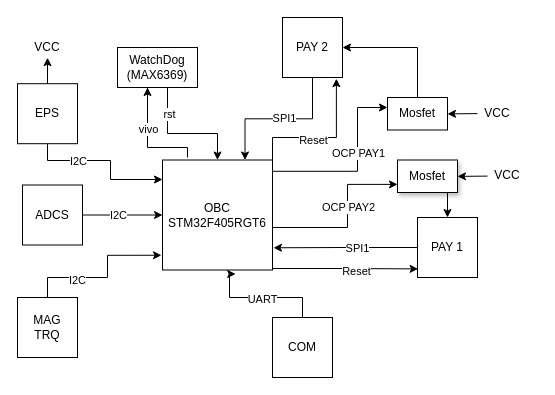
The draw.io diagram OBC/Untitled Diagram.drawio in Lucas-el-pato/IIS_CubeSat_2026, before the edit. Source tidied: cells renumbered, new cells numbered last; positions are measured from the earlier drawing's top-left corner, leaving out a move shared by most shapes. Both pictures are drawn from the tidied source at 100%, with x=0, y=0 at pixel (17, 17).
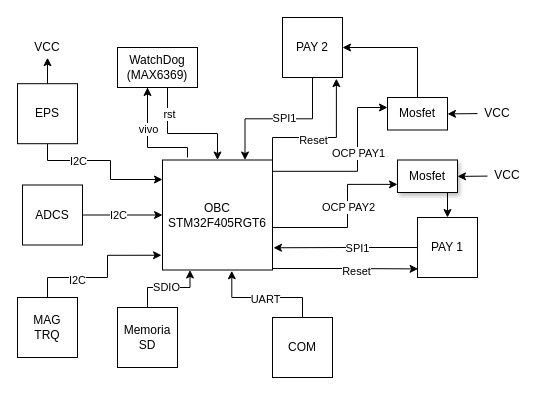
The same diagram, later.

The change refers to these unchanged cells:
```xml
<mxCell id="6" value="OBC&lt;div&gt;STM32F405RGT6&lt;/div&gt;" style="whiteSpace=wrap;html=1;fillColor=light-dark(#FFFFFF,#6600CC);" parent="1" vertex="1">
  <mxGeometry x="145" y="142.5" width="110" height="110" as="geometry" />
</mxCell>
<mxCell id="11" value="COM" style="whiteSpace=wrap;html=1;fillColor=light-dark(#FFFFFF,#FF0000);" parent="1" vertex="1">
  <mxGeometry x="255" y="300" width="60" height="60" as="geometry" />
</mxCell>
```

Diff of the diagram source:
```diff
@@
-    <mxCell id="19" style="edgeStyle=orthogonalEdgeStyle;rounded=0;jettySize=auto;html=1;exitX=0.5;exitY=0;exitDx=0;exitDy=0;entryX=0.665;entryY=1.036;entryDx=0;entryDy=0;entryPerimeter=0;" parent="1" edge="1" source="11" target="6">
+    <mxCell id="19" style="edgeStyle=orthogonalEdgeStyle;rounded=0;jettySize=auto;html=1;exitX=0.5;exitY=0;exitDx=0;exitDy=0;entryX=0.63;entryY=1.007;entryDx=0;entryDy=0;entryPerimeter=0;" parent="1" edge="1" source="11" target="6">
       <mxGeometry relative="1" as="geometry">
         <Array as="points">
           <mxPoint x="285" y="280" />
-          <mxPoint x="212" y="280" />
+          <mxPoint x="214" y="280" />
         </Array>
       </mxGeometry>
     </mxCell>
@@
+    <mxCell id="45" style="edgeStyle=orthogonalEdgeStyle;rounded=0;jettySize=auto;html=1;exitX=0.5;exitY=0;exitDx=0;exitDy=0;entryX=0.25;entryY=1;entryDx=0;entryDy=0;" parent="1" edge="1" source="47" target="6">
+      <mxGeometry relative="1" as="geometry" />
+    </mxCell>
+    <mxCell id="46" value="SDIO" style="edgeLabel;html=1;align=center;verticalAlign=middle;" parent="45" vertex="1">
+      <mxGeometry x="-0.05" y="1" relative="1" as="geometry" />
+    </mxCell>
+    <mxCell id="47" value="Memoria SD" style="whiteSpace=wrap;html=1;fillColor=light-dark(#FFFFFF,#7F1A73);" parent="1" vertex="1">
+      <mxGeometry x="100" y="290" width="60" height="60" as="geometry" />
+    </mxCell>
```
